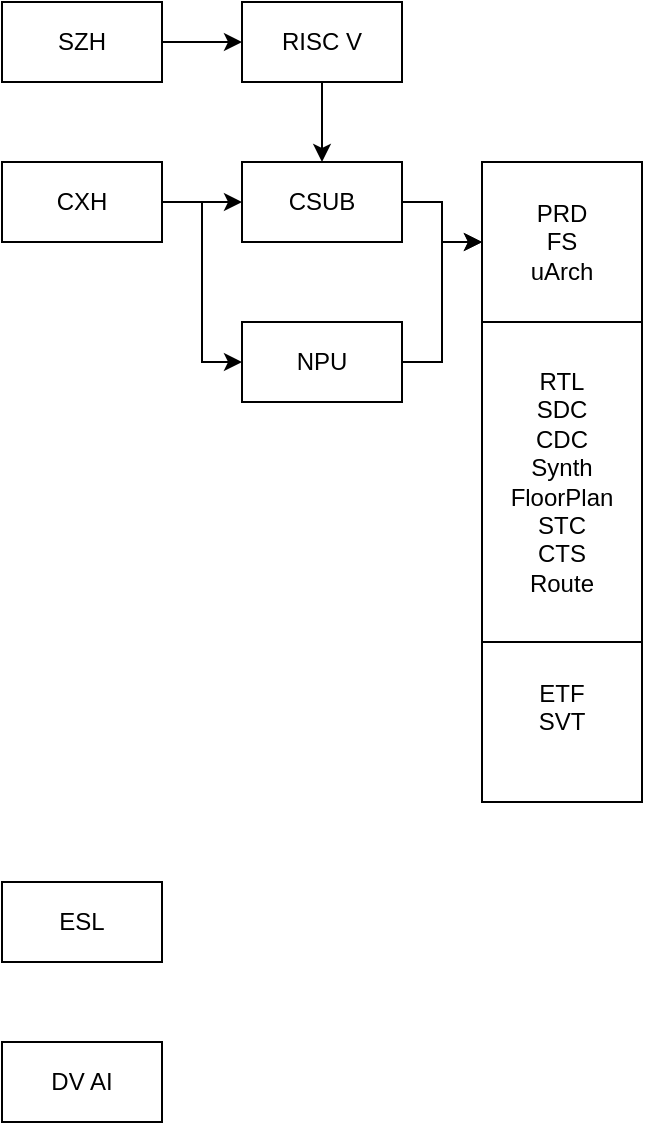
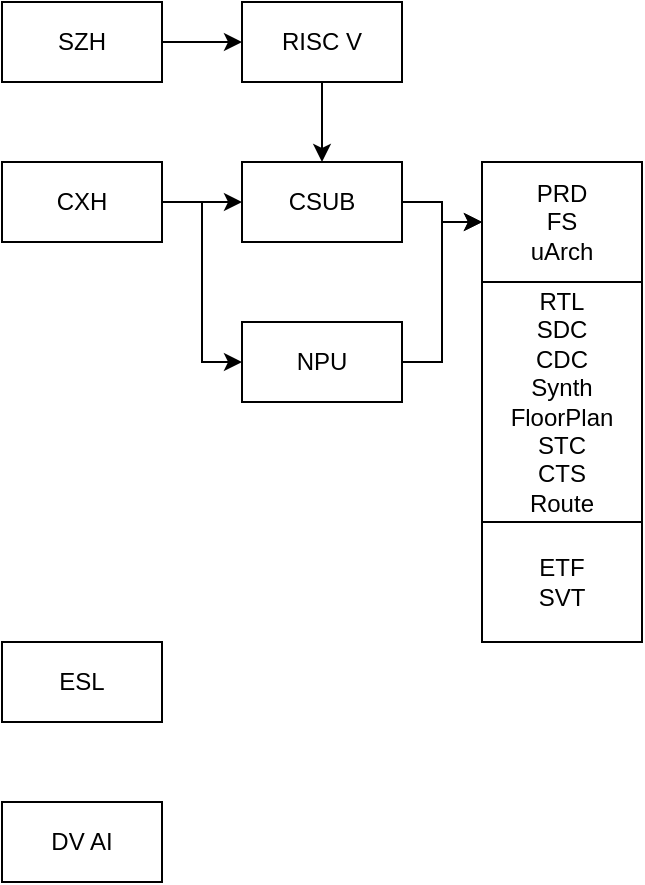
<mxfile host="app.diagrams.net" agent="Mozilla/5.0 (Macintosh; Intel Mac OS X 10_15_7) AppleWebKit/537.36 (KHTML, like Gecko) Chrome/125.0.0.0 Safari/537.36" border="50" scale="3" compressed="false" locked="false">
  <diagram id="YmL12bMKpDGza6XwsDPr" name="第 1 页">
    <mxGraphModel dx="1173" dy="630" grid="1" gridSize="10" guides="1" tooltips="1" connect="1" arrows="1" fold="1" page="0" pageScale="1" pageWidth="827" pageHeight="1169" math="1" shadow="0">
      <root>
        <mxCell id="X5NqExCQtvZxIxQ7pmgY-0" />
        <mxCell id="1" parent="X5NqExCQtvZxIxQ7pmgY-0" />
        <mxCell id="rQvUUtji4W4iaLh92UM--3" edge="1" parent="1" source="rQvUUtji4W4iaLh92UM--1" style="edgeStyle=orthogonalEdgeStyle;rounded=0;orthogonalLoop=1;jettySize=auto;html=1;" target="rQvUUtji4W4iaLh92UM--2" value="">
          <mxGeometry relative="1" as="geometry" />
        </mxCell>
        <mxCell id="rQvUUtji4W4iaLh92UM--1" parent="1" style="rounded=0;whiteSpace=wrap;html=1;" value="SZH" vertex="1">
          <mxGeometry height="40" width="80" x="320" y="320" as="geometry" />
        </mxCell>
        <mxCell id="rQvUUtji4W4iaLh92UM--7" edge="1" parent="1" source="rQvUUtji4W4iaLh92UM--2" style="edgeStyle=orthogonalEdgeStyle;rounded=0;orthogonalLoop=1;jettySize=auto;html=1;" target="rQvUUtji4W4iaLh92UM--5" value="">
          <mxGeometry relative="1" as="geometry" />
        </mxCell>
        <mxCell id="rQvUUtji4W4iaLh92UM--2" parent="1" style="rounded=0;whiteSpace=wrap;html=1;" value="RISC V" vertex="1">
          <mxGeometry height="40" width="80" x="440" y="320" as="geometry" />
        </mxCell>
        <mxCell id="rQvUUtji4W4iaLh92UM--8" edge="1" parent="1" source="rQvUUtji4W4iaLh92UM--4" style="edgeStyle=orthogonalEdgeStyle;rounded=0;orthogonalLoop=1;jettySize=auto;html=1;" target="rQvUUtji4W4iaLh92UM--5" value="">
          <mxGeometry relative="1" as="geometry" />
        </mxCell>
        <mxCell id="rQvUUtji4W4iaLh92UM--4" parent="1" style="rounded=0;whiteSpace=wrap;html=1;" value="CXH" vertex="1">
          <mxGeometry height="40" width="80" x="320" y="400" as="geometry" />
        </mxCell>
        <mxCell id="rQvUUtji4W4iaLh92UM--14" edge="1" parent="1" source="rQvUUtji4W4iaLh92UM--5" style="edgeStyle=orthogonalEdgeStyle;rounded=0;orthogonalLoop=1;jettySize=auto;html=1;" target="rQvUUtji4W4iaLh92UM--10" value="">
          <mxGeometry relative="1" as="geometry" />
        </mxCell>
        <mxCell id="rQvUUtji4W4iaLh92UM--5" parent="1" style="rounded=0;whiteSpace=wrap;html=1;" value="CSUB" vertex="1">
          <mxGeometry height="40" width="80" x="440" y="400" as="geometry" />
        </mxCell>
-         <mxCell id="rQvUUtji4W4iaLh92UM--15" edge="1" parent="1" source="rQvUUtji4W4iaLh92UM--6" style="edgeStyle=orthogonalEdgeStyle;rounded=0;orthogonalLoop=1;jettySize=auto;html=1;exitX=1;exitY=0.5;exitDx=0;exitDy=0;" value="">
+         <mxCell id="rQvUUtji4W4iaLh92UM--15" edge="1" parent="1" source="rQvUUtji4W4iaLh92UM--6" style="edgeStyle=orthogonalEdgeStyle;rounded=0;orthogonalLoop=1;jettySize=auto;html=1;exitX=1;exitY=0.5;exitDx=0;exitDy=0;entryX=0;entryY=0.5;entryDx=0;entryDy=0;" target="rQvUUtji4W4iaLh92UM--10" value="">
          <mxGeometry relative="1" as="geometry">
            <Array as="points">
              <mxPoint x="540" y="500" />
-               <mxPoint x="540" y="440" />
+               <mxPoint x="540" y="430" />
            </Array>
            <mxPoint x="340" y="680" as="sourcePoint" />
            <mxPoint x="560" y="440" as="targetPoint" />
          </mxGeometry>
        </mxCell>
        <mxCell id="rQvUUtji4W4iaLh92UM--6" parent="1" style="rounded=0;whiteSpace=wrap;html=1;" value="NPU" vertex="1">
          <mxGeometry height="40" width="80" x="440" y="480" as="geometry" />
        </mxCell>
        <mxCell id="rQvUUtji4W4iaLh92UM--9" edge="1" parent="1" source="rQvUUtji4W4iaLh92UM--4" style="endArrow=classic;html=1;rounded=0;exitX=1;exitY=0.5;exitDx=0;exitDy=0;entryX=0;entryY=0.5;entryDx=0;entryDy=0;edgeStyle=orthogonalEdgeStyle;" target="rQvUUtji4W4iaLh92UM--6" value="">
          <mxGeometry height="50" relative="1" width="50" as="geometry">
            <mxPoint x="390" y="410" as="sourcePoint" />
            <mxPoint x="440" y="360" as="targetPoint" />
          </mxGeometry>
        </mxCell>
-         <mxCell id="rQvUUtji4W4iaLh92UM--13" connectable="0" parent="1" style="group" value="" vertex="1">
-           <mxGeometry height="320" width="80" x="560" y="400" as="geometry" />
-         </mxCell>
-         <mxCell id="rQvUUtji4W4iaLh92UM--10" parent="rQvUUtji4W4iaLh92UM--13" style="rounded=0;whiteSpace=wrap;html=1;" value="PRD&lt;div&gt;FS&lt;/div&gt;&lt;div&gt;uArch&lt;/div&gt;" vertex="1">
-           <mxGeometry height="80" width="80" as="geometry" />
-         </mxCell>
-         <mxCell id="rQvUUtji4W4iaLh92UM--11" parent="rQvUUtji4W4iaLh92UM--13" style="rounded=0;whiteSpace=wrap;html=1;" value="RTL&lt;div&gt;SDC&lt;/div&gt;&lt;div&gt;CDC&lt;/div&gt;&lt;div&gt;Synth&lt;br&gt;FloorPlan&lt;/div&gt;&lt;div&gt;STC&lt;/div&gt;&lt;div&gt;CTS&lt;/div&gt;&lt;div&gt;Route&lt;/div&gt;" vertex="1">
-           <mxGeometry height="160" width="80" y="80" as="geometry" />
-         </mxCell>
-         <mxCell id="rQvUUtji4W4iaLh92UM--12" parent="rQvUUtji4W4iaLh92UM--13" style="rounded=0;whiteSpace=wrap;html=1;" value="ETF&lt;br&gt;SVT&lt;div&gt;&lt;br&gt;&lt;/div&gt;" vertex="1">
-           <mxGeometry height="80" width="80" y="240" as="geometry" />
-         </mxCell>
        <mxCell id="rQvUUtji4W4iaLh92UM--16" parent="1" style="rounded=0;whiteSpace=wrap;html=1;" value="ESL" vertex="1">
-           <mxGeometry height="40" width="80" x="320" y="760" as="geometry" />
+           <mxGeometry height="40" width="80" x="320" y="640" as="geometry" />
        </mxCell>
        <mxCell id="rQvUUtji4W4iaLh92UM--17" parent="1" style="rounded=0;whiteSpace=wrap;html=1;" value="DV AI" vertex="1">
-           <mxGeometry height="40" width="80" x="320" y="840" as="geometry" />
+           <mxGeometry height="40" width="80" x="320" y="720" as="geometry" />
+         </mxCell>
+         <mxCell id="rQvUUtji4W4iaLh92UM--12" parent="1" style="rounded=0;whiteSpace=wrap;html=1;" value="ETF&lt;br&gt;SVT" vertex="1">
+           <mxGeometry height="60" width="80" x="560" y="580" as="geometry" />
+         </mxCell>
+         <mxCell id="rQvUUtji4W4iaLh92UM--10" parent="1" style="rounded=0;whiteSpace=wrap;html=1;" value="PRD&lt;div&gt;FS&lt;/div&gt;&lt;div&gt;uArch&lt;/div&gt;" vertex="1">
+           <mxGeometry height="60" width="80" x="560" y="400" as="geometry" />
+         </mxCell>
+         <mxCell id="rQvUUtji4W4iaLh92UM--11" parent="1" style="rounded=0;whiteSpace=wrap;html=1;" value="RTL&lt;div&gt;SDC&lt;/div&gt;&lt;div&gt;CDC&lt;/div&gt;&lt;div&gt;Synth&lt;br&gt;FloorPlan&lt;/div&gt;&lt;div&gt;STC&lt;/div&gt;&lt;div&gt;CTS&lt;/div&gt;&lt;div&gt;Route&lt;/div&gt;" vertex="1">
+           <mxGeometry height="120" width="80" x="560" y="460" as="geometry" />
        </mxCell>
      </root>
    </mxGraphModel>
  </diagram>
</mxfile>
